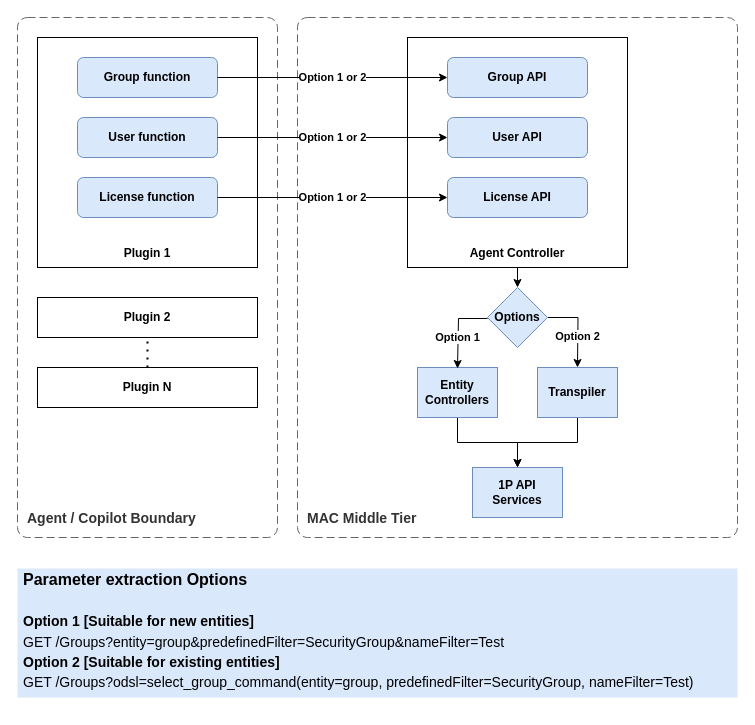
Above: POC3.drawio in prshelke/DrawIO (draw.io), before the change. Source tidied: cells renumbered, new cells numbered last; positions are measured from the earlier drawing's top-left corner, leaving out a move shared by most shapes. Both pictures are drawn from the tidied source at 100%, with x=0, y=0 at pixel (17, 17).
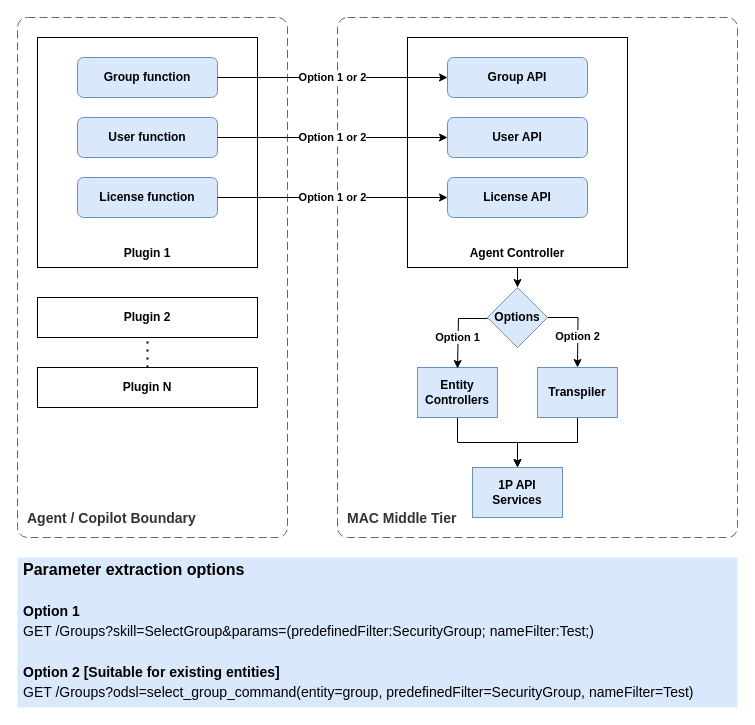
Above is the later version.

What changed in the source:
```diff
@@
     <object id="2" label="&lt;font style=&quot;font-size: 14px&quot;&gt;&lt;b&gt;&lt;div style=&quot;text-align: right&quot;&gt;%c4Name%&lt;/div&gt;&lt;/b&gt;&lt;/font&gt;" c4Name="Agent / Copilot Boundary" placeholders="1">
       <mxCell style="rounded=1;fontSize=11;whiteSpace=wrap;html=1;dashed=1;arcSize=20;fillColor=none;strokeColor=#666666;fontColor=#333333;labelBackgroundColor=none;align=left;verticalAlign=bottom;labelBorderColor=none;spacingTop=0;spacing=10;dashPattern=8 4;perimeter=rectanglePerimeter;noLabel=0;labelPadding=0;absoluteArcSize=1;" parent="1" vertex="1">
-        <mxGeometry width="260" height="520" as="geometry" />
+        <mxGeometry width="270" height="520" as="geometry" />
       </mxCell>
     </object>
@@
     <object id="10" label="&lt;font style=&quot;font-size: 14px&quot;&gt;&lt;b&gt;&lt;div style=&quot;text-align: right&quot;&gt;%c4Name%&lt;/div&gt;&lt;/b&gt;&lt;/font&gt;" c4Name="MAC Middle Tier" placeholders="1">
       <mxCell style="rounded=1;fontSize=11;whiteSpace=wrap;html=1;dashed=1;arcSize=20;fillColor=none;strokeColor=#666666;fontColor=#333333;labelBackgroundColor=none;align=left;verticalAlign=bottom;labelBorderColor=none;spacingTop=0;spacing=10;dashPattern=8 4;perimeter=rectanglePerimeter;noLabel=0;labelPadding=0;absoluteArcSize=1;" parent="1" vertex="1">
-        <mxGeometry x="280" width="440" height="520" as="geometry" />
+        <mxGeometry x="320" width="400" height="520" as="geometry" />
       </mxCell>
     </object>
@@
-    <mxCell id="27" value="&lt;b&gt;&lt;font style=&quot;font-size: 16px;&quot;&gt;Parameter extraction Options&lt;/font&gt;&lt;/b&gt;&lt;div&gt;&lt;span style=&quot;font-size: 16px;&quot;&gt;&lt;b&gt;&lt;br&gt;&lt;/b&gt;&lt;/span&gt;&lt;div&gt;&lt;b&gt;&lt;font style=&quot;font-size: 14px;&quot;&gt;Option 1 [Suitable for new entities]&lt;/font&gt;&lt;/b&gt;&lt;div&gt;&lt;span style=&quot;font-size: 14px;&quot;&gt;GET /Groups?entity=group&amp;amp;predefinedFilter=SecurityGroup&lt;/span&gt;&lt;span style=&quot;font-size: 14px;&quot;&gt;&amp;amp;nameFilter=Test&lt;/span&gt;&lt;/div&gt;&lt;div&gt;&lt;b style=&quot;font-size: 14px; background-color: transparent; color: light-dark(rgb(0, 0, 0), rgb(255, 255, 255));&quot;&gt;Option 2 [Suitable for existing entities]&lt;/b&gt;&lt;/div&gt;&lt;div&gt;&lt;div&gt;&lt;font style=&quot;font-size: 14px;&quot;&gt;GET /Groups?odsl=select_group_command(entity=group, predefinedFilter=SecurityGroup, nameFilter=Test)&lt;/font&gt;&lt;/div&gt;&lt;/div&gt;&lt;/div&gt;&lt;/div&gt;" style="strokeWidth=1;shadow=0;dashed=1;align=center;html=1;shape=mxgraph.mockup.text.textBox;align=left;fontSize=17;spacingLeft=4;spacingTop=-3;whiteSpace=wrap;mainText=;strokeColor=none;dashPattern=8 8;fillColor=#dae8fc;" parent="1" vertex="1">
-      <mxGeometry y="551" width="720" height="129" as="geometry" />
+    <mxCell id="27" value="&lt;b&gt;&lt;font style=&quot;font-size: 16px;&quot;&gt;Parameter extraction options&lt;/font&gt;&lt;/b&gt;&lt;div&gt;&lt;span style=&quot;font-size: 16px;&quot;&gt;&lt;b&gt;&lt;br&gt;&lt;/b&gt;&lt;/span&gt;&lt;div&gt;&lt;b&gt;&lt;font style=&quot;font-size: 14px;&quot;&gt;Option 1&lt;/font&gt;&lt;/b&gt;&lt;div&gt;&lt;span style=&quot;font-size: 14px;&quot;&gt;GET /Groups?skill=SelectGroup&amp;amp;params=(predefinedFilter:SecurityGroup;&amp;nbsp;&lt;/span&gt;&lt;span style=&quot;font-size: 14px;&quot;&gt;nameFilter:Test;)&lt;/span&gt;&lt;/div&gt;&lt;div&gt;&lt;span style=&quot;font-size: 14px;&quot;&gt;&lt;br&gt;&lt;/span&gt;&lt;/div&gt;&lt;div&gt;&lt;b style=&quot;font-size: 14px; background-color: transparent; color: light-dark(rgb(0, 0, 0), rgb(255, 255, 255));&quot;&gt;Option 2 [Suitable for existing entities]&lt;/b&gt;&lt;/div&gt;&lt;div&gt;&lt;div&gt;&lt;font style=&quot;font-size: 14px;&quot;&gt;GET /Groups?odsl=select_group_command(entity=group, predefinedFilter=SecurityGroup, nameFilter=Test)&lt;/font&gt;&lt;/div&gt;&lt;/div&gt;&lt;/div&gt;&lt;/div&gt;" style="strokeWidth=1;shadow=0;dashed=1;align=center;html=1;shape=mxgraph.mockup.text.textBox;align=left;fontSize=17;spacingLeft=4;spacingTop=-3;whiteSpace=wrap;mainText=;strokeColor=none;dashPattern=8 8;fillColor=#dae8fc;" parent="1" vertex="1">
+      <mxGeometry y="540" width="720" height="150" as="geometry" />
     </mxCell>
```
